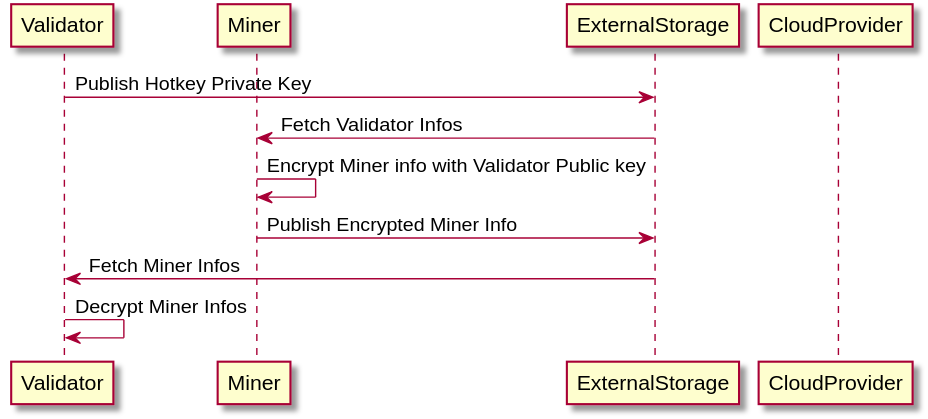
bactensor/bt-ddos-shield keeps this PlantUML diagram as assets/diagrams/CommunicationFlow.svg. Above is the earlier version. Source of this version:
```plantuml
@startuml ./assets/diagrams/CommunicationFlow

participant Validator
participant Miner
participant ExternalStorage
participant CloudProvider

Validator -> ExternalStorage: Publish Hotkey Private Key
ExternalStorage -> Miner: Fetch Validator Infos
Miner -> Miner: Encrypt Miner info with Validator Public key
Miner -> ExternalStorage: Publish Encrypted Miner Info
ExternalStorage -> Validator: Fetch Miner Infos
Validator -> Validator: Decrypt Miner Infos

@enduml
```
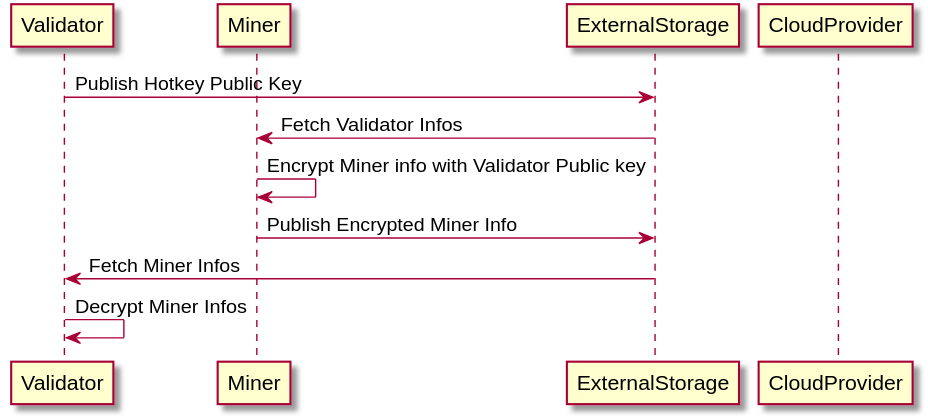
Above is the later version.

Commit message:
fix: typo private key to public key

Diff of the diagram source:
```diff
@@ -5,7 +5,7 @@
 participant ExternalStorage
 participant CloudProvider
 
-Validator -> ExternalStorage: Publish Hotkey Private Key
+Validator -> ExternalStorage: Publish Hotkey Public Key
 ExternalStorage -> Miner: Fetch Validator Infos
 Miner -> Miner: Encrypt Miner info with Validator Public key
 Miner -> ExternalStorage: Publish Encrypted Miner Info
```
